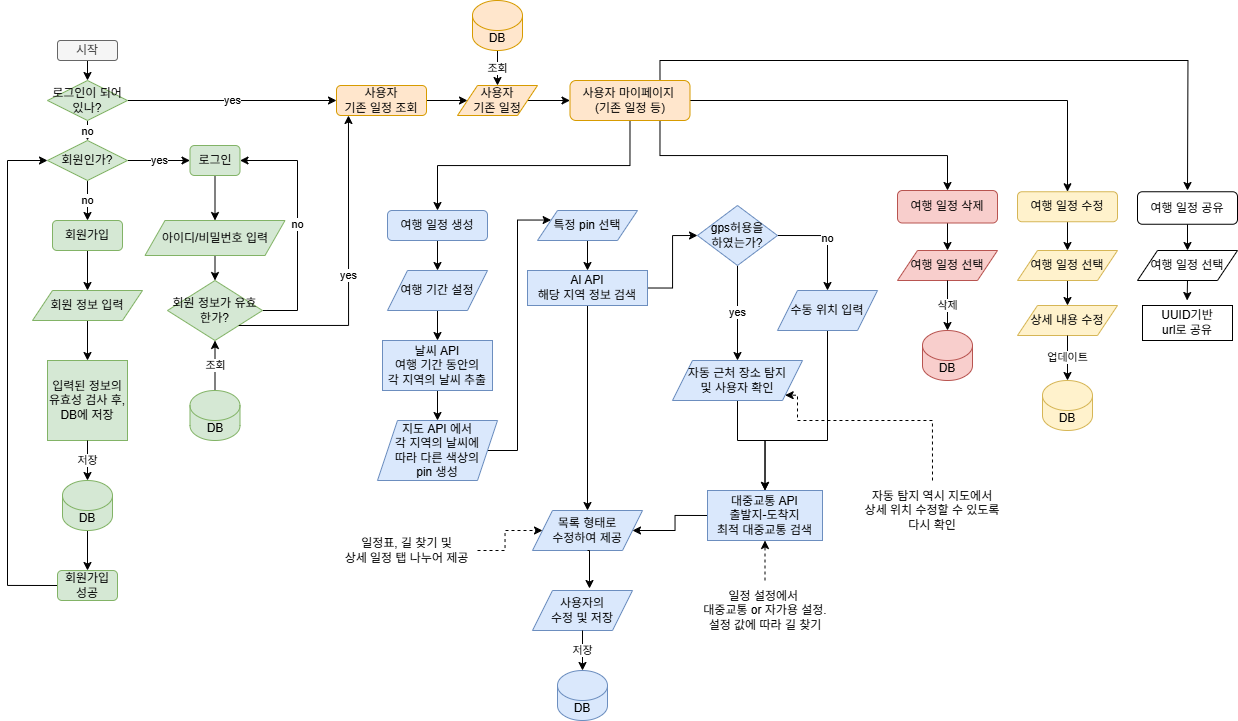
Above: trivista/자료/trivista.drawio.png in Ju-S/TIL_KDT (draw.io), before the change. Source tidied: cells renumbered, new cells last; positions are measured from the earlier drawing's top-left corner, leaving out a move shared by most shapes.
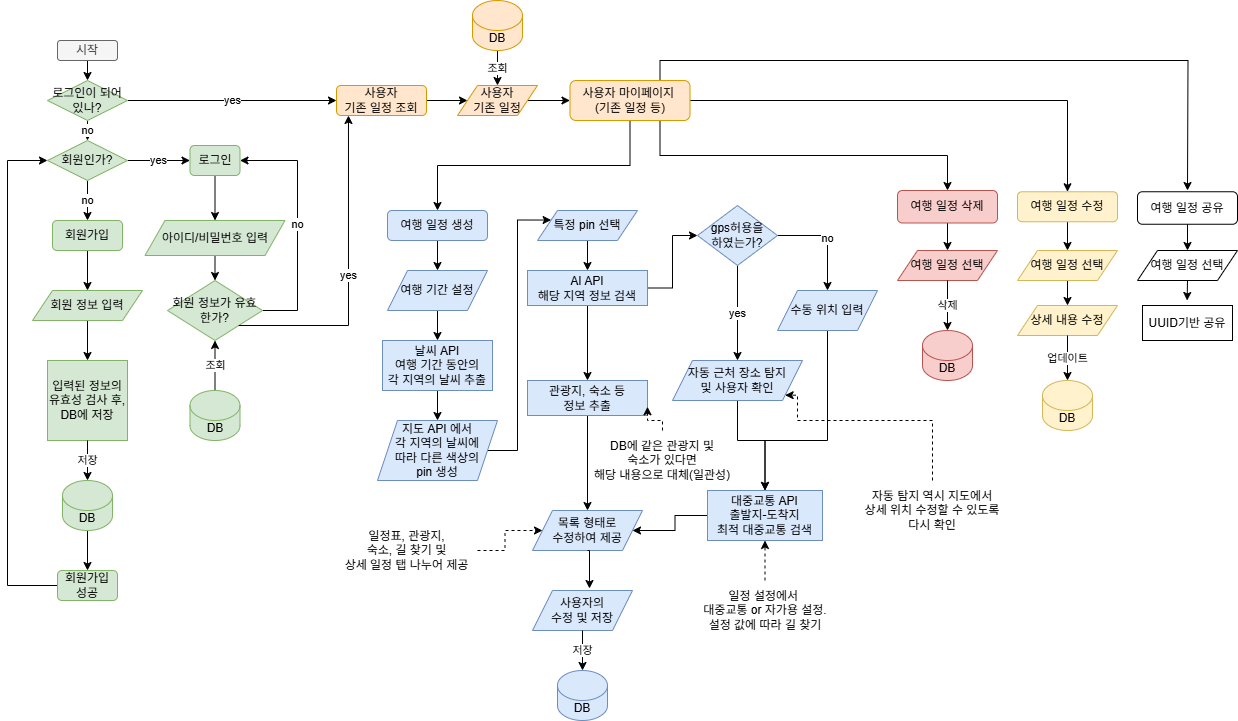
After the change.

Commit message:
trivista.drawio.png이 추가되었습니다.

The edit, as a diff of the source:
```diff
@@ -160,12 +160,12 @@
     <mxCell id="48" value="특정 pin 선택" style="shape=parallelogram;perimeter=parallelogramPerimeter;whiteSpace=wrap;html=1;fixedSize=1;fillColor=#dae8fc;strokeColor=#6c8ebf;" parent="1" vertex="1">
       <mxGeometry x="530" y="210" width="100" height="30" as="geometry" />
     </mxCell>
-    <mxCell id="49" style="edgeStyle=orthogonalEdgeStyle;rounded=0;jettySize=auto;html=1;exitX=0.5;exitY=1;exitDx=0;exitDy=0;entryX=0.5;entryY=0;entryDx=0;entryDy=0;" parent="1" edge="1" source="51" target="52">
-      <mxGeometry relative="1" as="geometry" />
-    </mxCell>
     <mxCell id="50" style="edgeStyle=orthogonalEdgeStyle;rounded=0;jettySize=auto;html=1;exitX=1;exitY=0.5;exitDx=0;exitDy=0;entryX=0;entryY=0.5;entryDx=0;entryDy=0;" parent="1" edge="1" source="51" target="27">
       <mxGeometry relative="1" as="geometry" />
     </mxCell>
+    <mxCell id="90" style="edgeStyle=orthogonalEdgeStyle;rounded=0;jettySize=auto;html=1;" parent="1" edge="1" source="51" target="92">
+      <mxGeometry relative="1" as="geometry" />
+    </mxCell>
     <mxCell id="51" value="AI API&lt;div&gt;해당 지역 정보 검색&lt;/div&gt;" style="whiteSpace=wrap;html=1;fillColor=#dae8fc;strokeColor=#6c8ebf;" parent="1" vertex="1">
       <mxGeometry x="520" y="270" width="120" height="35" as="geometry" />
     </mxCell>
@@ -263,7 +263,7 @@
     <mxCell id="79" style="edgeStyle=orthogonalEdgeStyle;rounded=0;jettySize=auto;html=1;exitX=1;exitY=0.5;exitDx=0;exitDy=0;entryX=0;entryY=0.5;entryDx=0;entryDy=0;dashed=1;" parent="1" edge="1" source="80" target="52">
       <mxGeometry relative="1" as="geometry" />
     </mxCell>
-    <mxCell id="80" value="일정표, 길 찾기 및&lt;div&gt;상세 일정 탭 나누어 제공&lt;/div&gt;" style="text;html=1;align=center;verticalAlign=middle;whiteSpace=wrap;rounded=0;" parent="1" vertex="1">
+    <mxCell id="80" value="일정표, 관광지,&lt;div&gt;숙소, 길 찾기 및&lt;div&gt;상세 일정 탭 나누어 제공&lt;/div&gt;&lt;/div&gt;" style="text;html=1;align=center;verticalAlign=middle;whiteSpace=wrap;rounded=0;" parent="1" vertex="1">
       <mxGeometry x="329" y="520" width="141" height="60" as="geometry" />
     </mxCell>
     <mxCell id="81" value="DB" style="shape=cylinder3;whiteSpace=wrap;html=1;boundedLbl=1;backgroundOutline=1;size=15;fillColor=#dae8fc;strokeColor=#6c8ebf;" parent="1" vertex="1">
@@ -298,8 +298,25 @@
     <mxCell id="88" value="여행 일정 선택" style="shape=parallelogram;perimeter=parallelogramPerimeter;whiteSpace=wrap;html=1;fixedSize=1;" parent="1" vertex="1">
       <mxGeometry x="1130" y="250" width="100" height="30" as="geometry" />
     </mxCell>
-    <mxCell id="89" value="UUID기반&lt;div&gt;url로 공유&lt;/div&gt;" style="rounded=0;whiteSpace=wrap;html=1;" parent="1" vertex="1">
+    <mxCell id="89" value="UUID기반&amp;nbsp;&lt;span style=&quot;background-color: transparent; color: light-dark(rgb(0, 0, 0), rgb(255, 255, 255));&quot;&gt;공유&lt;/span&gt;" style="rounded=0;whiteSpace=wrap;html=1;" parent="1" vertex="1">
       <mxGeometry x="1135" y="305" width="90" height="35" as="geometry" />
     </mxCell>
+    <mxCell id="91" style="edgeStyle=orthogonalEdgeStyle;rounded=0;jettySize=auto;html=1;" parent="1" edge="1" source="92" target="52">
+      <mxGeometry relative="1" as="geometry" />
+    </mxCell>
+    <mxCell id="92" value="관광지, 숙소 등&lt;div&gt;정보 추출&lt;/div&gt;" style="whiteSpace=wrap;html=1;fillColor=#dae8fc;strokeColor=#6c8ebf;" parent="1" vertex="1">
+      <mxGeometry x="520" y="380" width="120" height="35" as="geometry" />
+    </mxCell>
+    <mxCell id="93" style="edgeStyle=orthogonalEdgeStyle;rounded=0;jettySize=auto;html=1;exitX=0.5;exitY=0;exitDx=0;exitDy=0;entryX=1;entryY=0.75;entryDx=0;entryDy=0;dashed=1;" parent="1" edge="1" source="94" target="92">
+      <mxGeometry relative="1" as="geometry">
+        <Array as="points">
+          <mxPoint x="655" y="420" />
+          <mxPoint x="640" y="420" />
+        </Array>
+      </mxGeometry>
+    </mxCell>
+    <mxCell id="94" value="DB에 같은 관광지 및&lt;div&gt;숙소가 있다면&lt;/div&gt;&lt;div&gt;해당 내용으로 대체(일관성)&lt;/div&gt;" style="text;html=1;align=center;verticalAlign=middle;whiteSpace=wrap;rounded=0;" parent="1" vertex="1">
+      <mxGeometry x="580" y="430" width="150" height="60" as="geometry" />
+    </mxCell>
   </root>
 </mxGraphModel>
```
